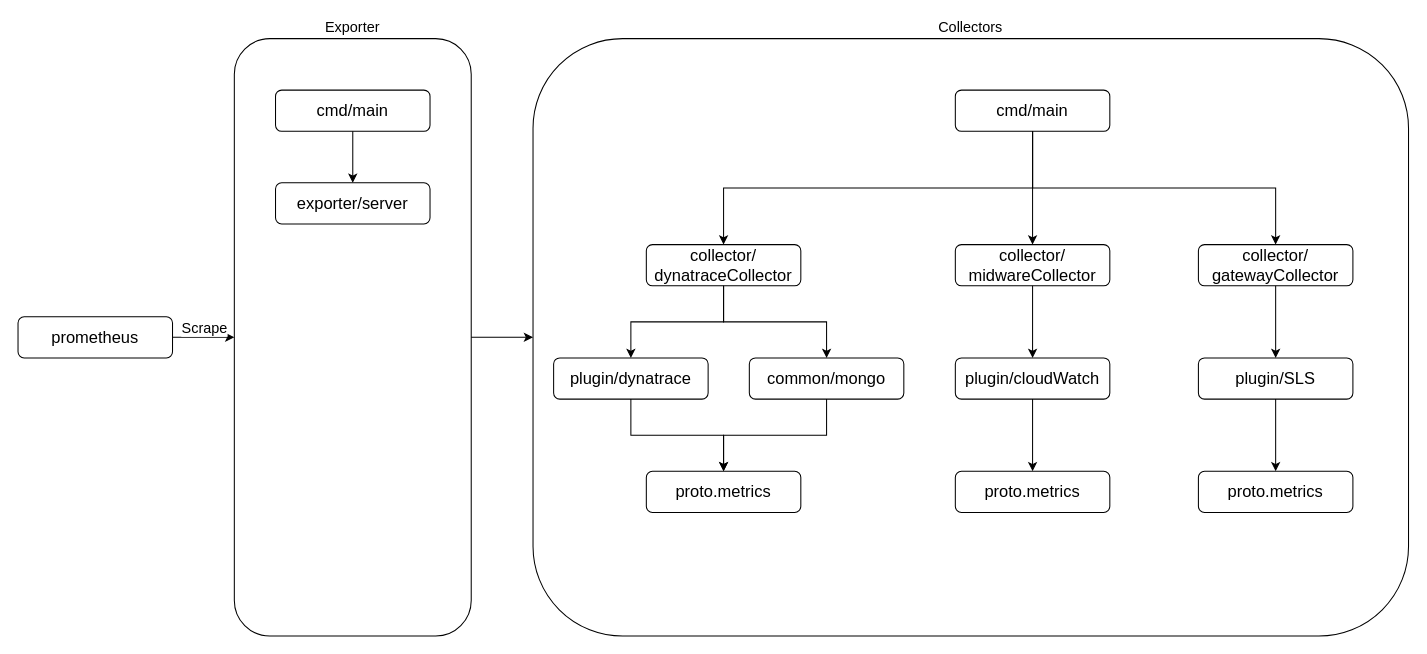
This is page "Exporter" (3 of 5) of 数据采集架构图.drawio from Allen9797/WorkZone, a draw.io file, before an edit. Source tidied: cells renumbered, new cells numbered last; positions are measured from the earlier drawing's top-left corner, leaving out a move shared by most shapes. Both pictures are drawn from the tidied source at 103%, with x=0, y=0 at pixel (18, 38).
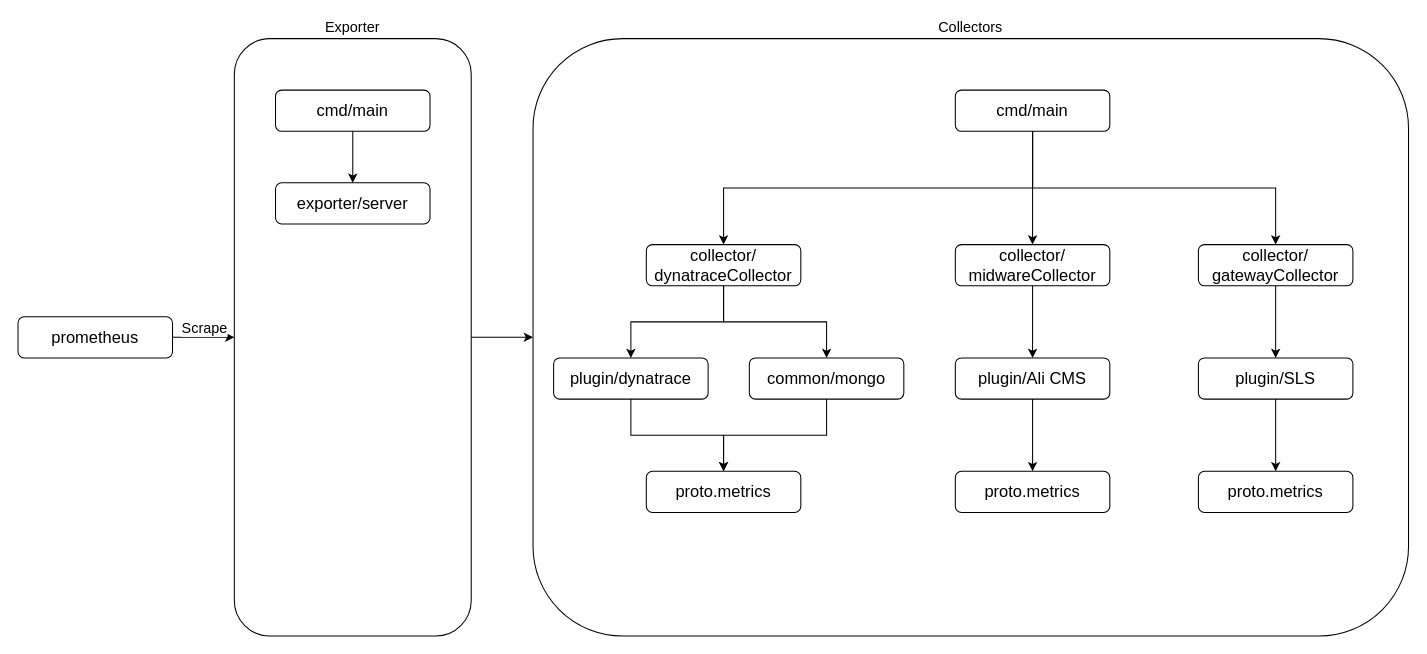
The same diagram, later.

Change to the diagram source:
```diff
@@
-    <mxCell id="22" value="plugin/cloudWatch" style="rounded=1;whiteSpace=wrap;html=1;labelPosition=center;verticalLabelPosition=middle;align=center;verticalAlign=middle;fillColor=none;fontSize=16;" parent="1" vertex="1">
+    <mxCell id="22" value="plugin/Ali CMS" style="rounded=1;whiteSpace=wrap;html=1;labelPosition=center;verticalLabelPosition=middle;align=center;verticalAlign=middle;fillColor=none;fontSize=16;" parent="1" vertex="1">
       <mxGeometry x="910" y="310" width="150" height="40" as="geometry" />
     </mxCell>
```
